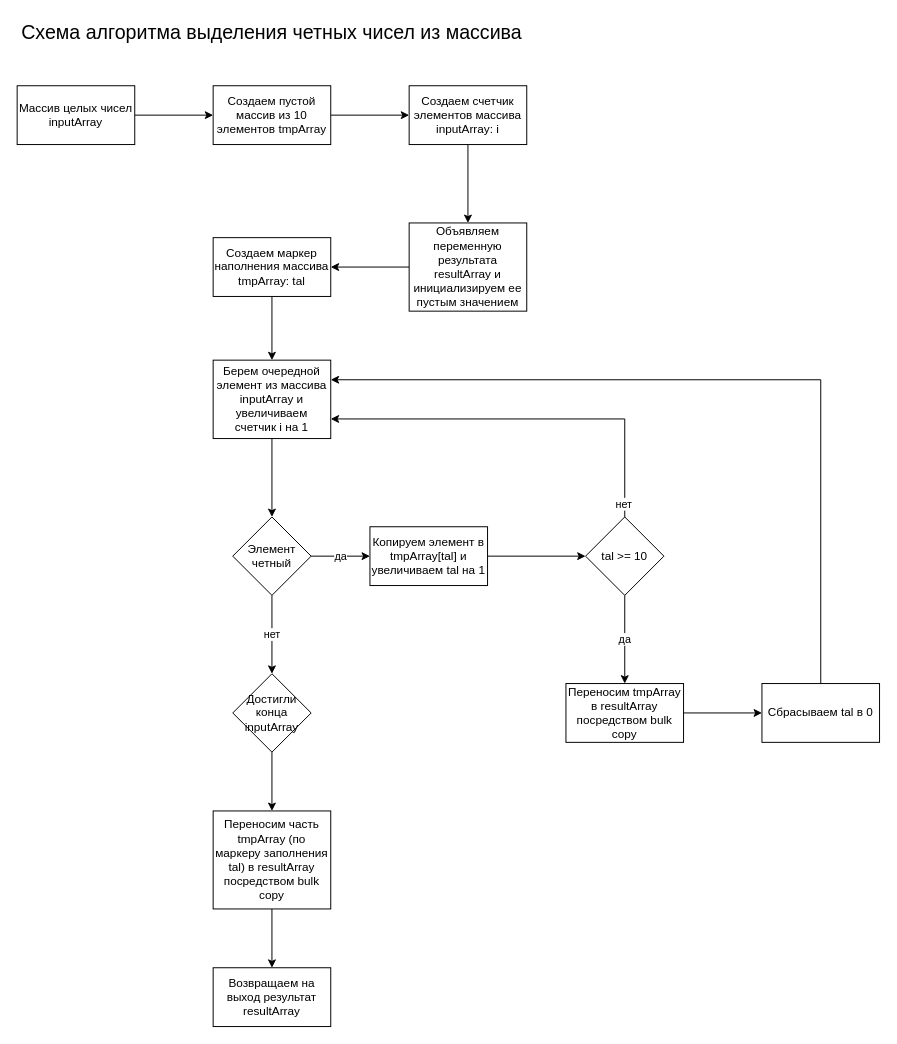
The draw.io diagram algorithm-schema.drawio in usalko/FinalTest, before the edit. Source tidied: cells renumbered, new cells numbered last; positions are measured from the earlier drawing's top-left corner, leaving out a move shared by most shapes. Both pictures are drawn from the tidied source at 98%, with x=0, y=0 at pixel (17, 17).
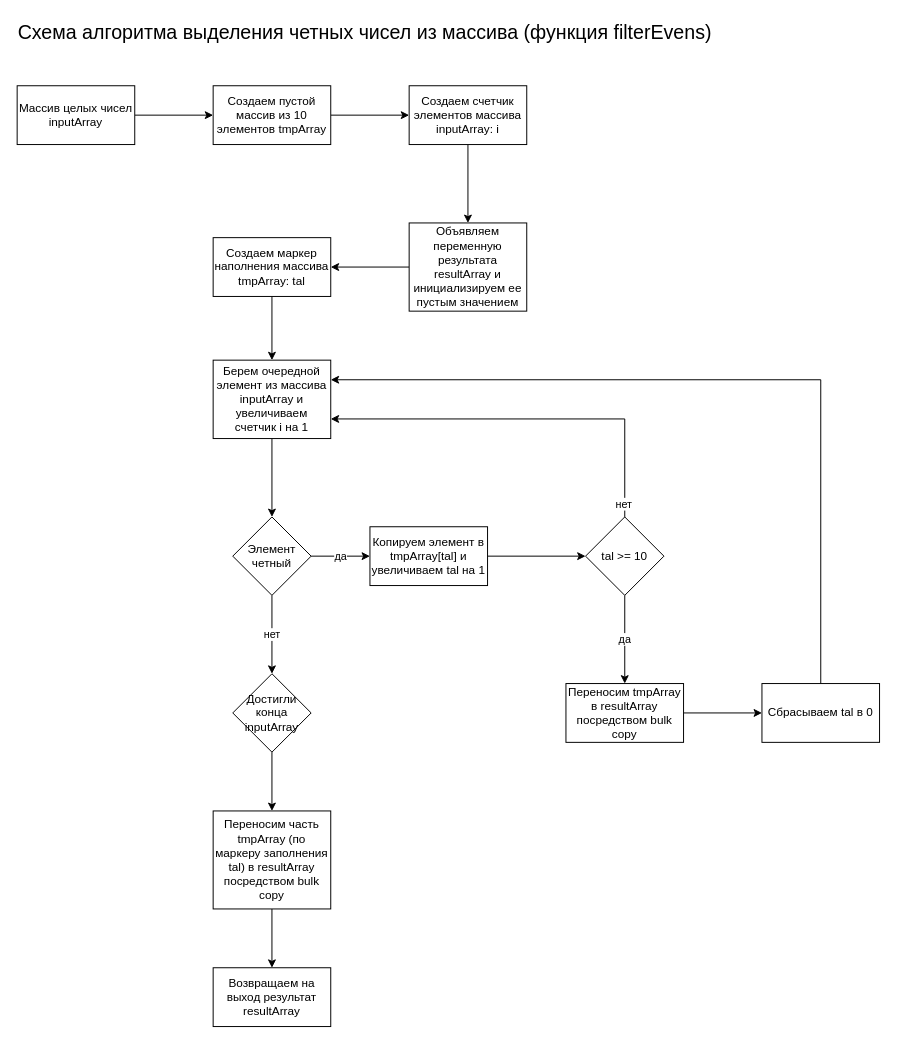
Above is the later version.

The edit, as a diff of the source:
```diff
@@
-    <mxCell id="2" value="Схема алгоритма выделения четных чисел из массива" style="text;html=1;strokeColor=none;fillColor=none;align=center;verticalAlign=middle;whiteSpace=wrap;rounded=0;fontSize=20;" parent="1" vertex="1">
-      <mxGeometry width="520" height="30" as="geometry" />
+    <mxCell id="2" value="Схема алгоритма выделения четных чисел из массива (функция filterEvens)" style="text;html=1;strokeColor=none;fillColor=none;align=center;verticalAlign=middle;whiteSpace=wrap;rounded=0;fontSize=20;" parent="1" vertex="1">
+      <mxGeometry width="710" height="30" as="geometry" />
     </mxCell>
```
